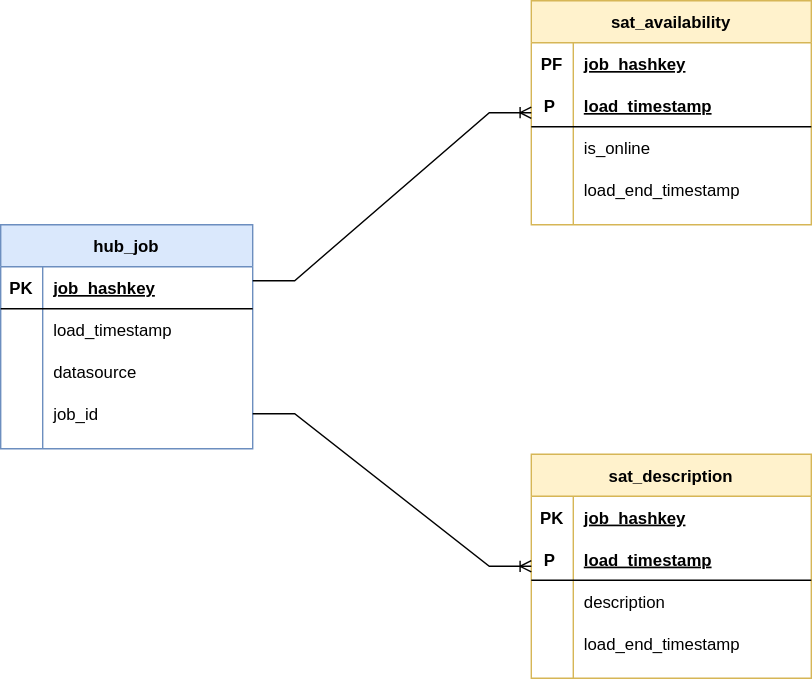
Above: doc/data-vault-model.drawio.svg in petracarrion/job-market-analytics (draw.io), before the change. Source tidied: cells renumbered, new cells last; positions are measured from the earlier drawing's top-left corner, leaving out a move shared by most shapes.
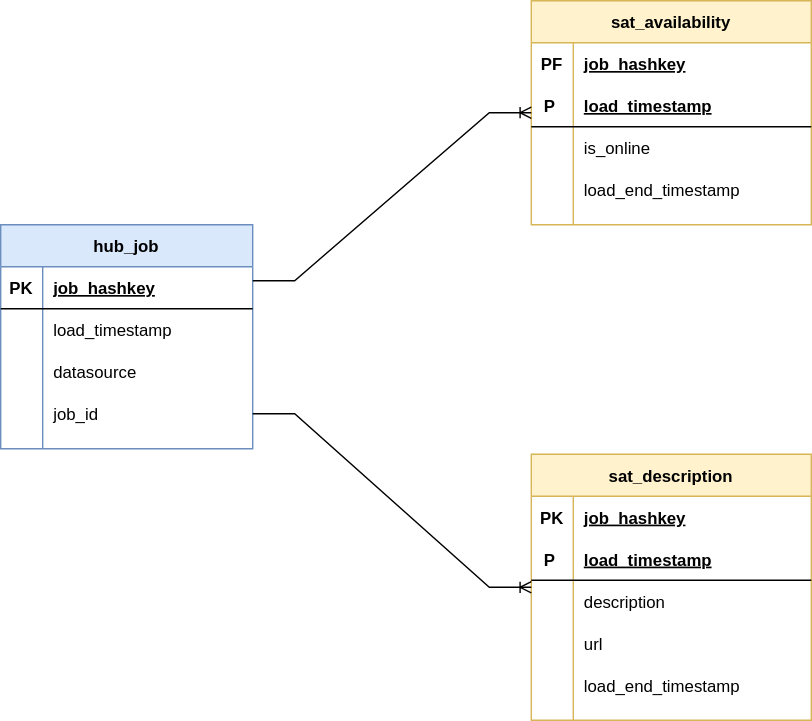
The same diagram one commit later.

Diff of the diagram source:
```diff
@@ -84,7 +84,7 @@
       <mxGeometry relative="1" as="geometry" />
     </mxCell>
     <mxCell id="29" value="sat_description" style="shape=table;startSize=30;rowLines=0;fontStyle=1;align=center;fillColor=#FFF2CC;strokeColor=#d6b656;swimlaneFillColor=#ffffff;" parent="1" vertex="1">
-      <mxGeometry x="379" y="324" width="200" height="160" as="geometry" />
+      <mxGeometry x="379" y="324" width="200" height="190" as="geometry" />
     </mxCell>
     <mxCell id="30" style="shape=partialRectangle;fillColor=none;top=0;left=0;bottom=1;right=0;strokeColor=none;" parent="29" vertex="1">
       <mxGeometry y="30" width="200" height="30" as="geometry" />
@@ -113,8 +113,17 @@
     <mxCell id="38" value="description" style="shape=partialRectangle;fillColor=none;top=0;left=0;bottom=0;right=0;align=left;spacingLeft=6;overflow=hidden;" parent="36" vertex="1">
       <mxGeometry x="30" width="170" height="30" as="geometry" />
     </mxCell>
+    <mxCell id="43" style="shape=partialRectangle;fillColor=none;top=0;left=0;bottom=0;right=0;" parent="29" vertex="1">
+      <mxGeometry y="120" width="200" height="30" as="geometry" />
+    </mxCell>
+    <mxCell id="44" style="shape=partialRectangle;fillColor=none;top=0;left=0;bottom=0;right=0;overflow=hidden;" parent="43" vertex="1">
+      <mxGeometry width="30" height="30" as="geometry" />
+    </mxCell>
+    <mxCell id="45" value="url" style="shape=partialRectangle;fillColor=none;top=0;left=0;bottom=0;right=0;align=left;spacingLeft=6;overflow=hidden;" parent="43" vertex="1">
+      <mxGeometry x="30" width="170" height="30" as="geometry" />
+    </mxCell>
     <mxCell id="39" style="shape=partialRectangle;fillColor=none;top=0;left=0;bottom=0;right=0;" parent="29" vertex="1">
-      <mxGeometry y="120" width="200" height="30" as="geometry" />
+      <mxGeometry y="150" width="200" height="30" as="geometry" />
     </mxCell>
     <mxCell id="40" style="shape=partialRectangle;fillColor=none;top=0;left=0;bottom=0;right=0;overflow=hidden;" parent="39" vertex="1">
       <mxGeometry width="30" height="30" as="geometry" />
```
